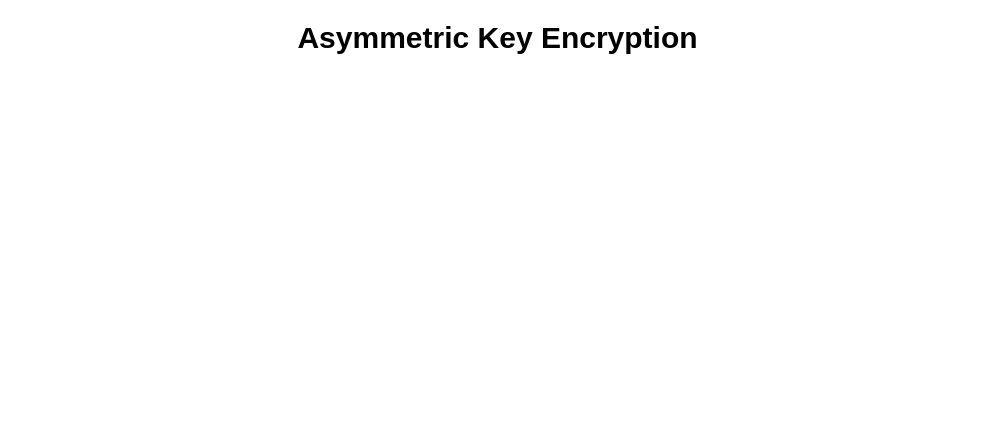
Above: Asymmetric Encryption.drawio in ProTapia/IST-215-Notes (draw.io), before the change. Source tidied: cells renumbered, new cells numbered last; positions are measured from the earlier drawing's top-left corner, leaving out a move shared by most shapes. Both pictures are drawn from the tidied source at 100%, with x=0, y=0 at pixel (287, 17).
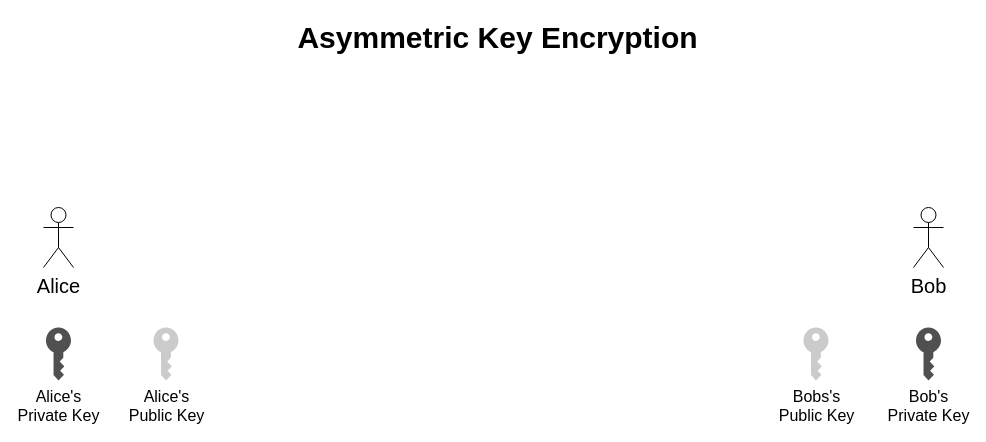
Above is the later version.

Diff of the diagram source:
```diff
@@
 <mxGraphModel>
   <root>
     <mxCell id="0" />
     <mxCell id="1" parent="0" />
     <mxCell id="2" value="Asymmetric Key Encryption" style="text;html=1;align=center;verticalAlign=middle;fontSize=30;fontStyle=1;" parent="1" vertex="1">
       <mxGeometry width="420" height="40" as="geometry" />
     </mxCell>
+    <mxCell id="3" value="Alice" style="shape=umlActor;verticalLabelPosition=bottom;labelBackgroundColor=#ffffff;verticalAlign=top;html=1;fontSize=20;" parent="1" vertex="1">
+      <mxGeometry x="-244" y="190" width="30" height="60" as="geometry" />
+    </mxCell>
+    <mxCell id="4" value="Bob" style="shape=umlActor;verticalLabelPosition=bottom;labelBackgroundColor=#ffffff;verticalAlign=top;html=1;fontSize=20;" parent="1" vertex="1">
+      <mxGeometry x="626" y="190" width="30" height="60" as="geometry" />
+    </mxCell>
+    <mxCell id="5" value="Alice's&lt;br style=&quot;font-size: 16px;&quot;&gt;Private Key" style="shadow=0;dashed=0;html=1;strokeColor=none;fillColor=#505050;labelPosition=center;verticalLabelPosition=bottom;verticalAlign=top;align=center;shape=mxgraph.office.security.key_permissions;fontSize=16;" parent="1" vertex="1">
+      <mxGeometry x="-241.5" y="310" width="25" height="53" as="geometry" />
+    </mxCell>
+    <mxCell id="6" value="Alice's&lt;br style=&quot;font-size: 16px;&quot;&gt;Public Key" style="shadow=0;dashed=0;html=1;strokeColor=none;labelPosition=center;verticalLabelPosition=bottom;verticalAlign=top;align=center;shape=mxgraph.office.security.key_permissions;fillColor=#CCCBCB;fontSize=16;" parent="1" vertex="1">
+      <mxGeometry x="-134" y="310" width="25" height="53" as="geometry" />
+    </mxCell>
+    <mxCell id="7" value="Bob's&lt;br style=&quot;font-size: 16px&quot;&gt;Private Key" style="shadow=0;dashed=0;html=1;strokeColor=none;fillColor=#505050;labelPosition=center;verticalLabelPosition=bottom;verticalAlign=top;align=center;shape=mxgraph.office.security.key_permissions;fontSize=16;" parent="1" vertex="1">
+      <mxGeometry x="628.5" y="310" width="25" height="53" as="geometry" />
+    </mxCell>
+    <mxCell id="8" value="Bobs's&lt;br style=&quot;font-size: 16px&quot;&gt;Public Key" style="shadow=0;dashed=0;html=1;strokeColor=none;labelPosition=center;verticalLabelPosition=bottom;verticalAlign=top;align=center;shape=mxgraph.office.security.key_permissions;fillColor=#CCCBCB;fontSize=16;" parent="1" vertex="1">
+      <mxGeometry x="516" y="310" width="25" height="53" as="geometry" />
+    </mxCell>
   </root>
 </mxGraphModel>
```
